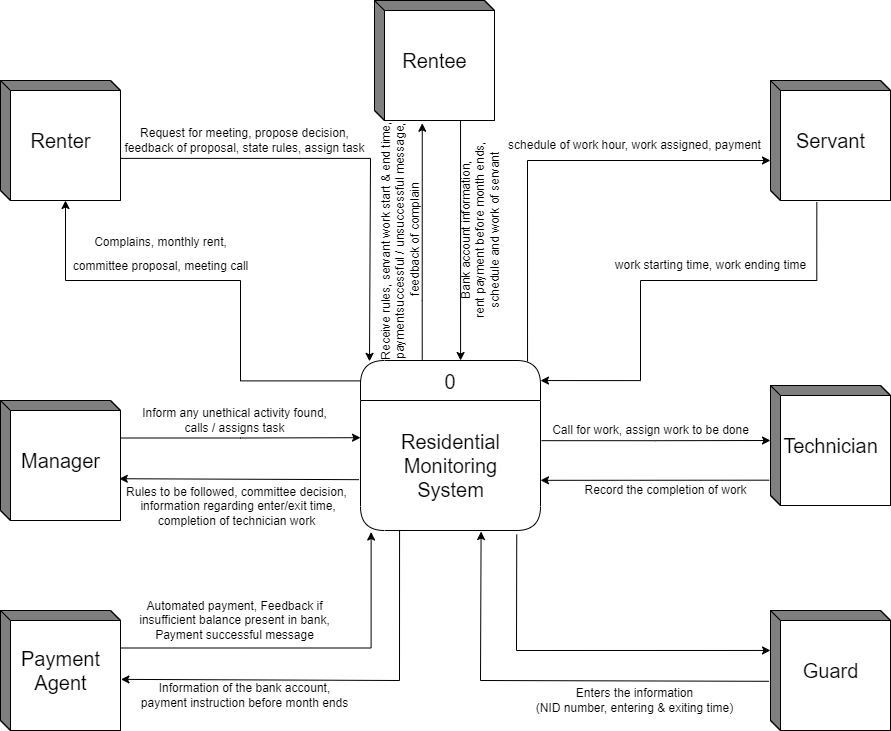
Before: DataFlowDiagramForAssignment1.png, a diagram exported from draw.io (toushifhossain1/CSE307-System-Analysis-and-Design-). Source tidied: cells renumbered, new cells last; positions are measured from the earlier drawing's top-left corner, leaving out a move shared by most shapes.
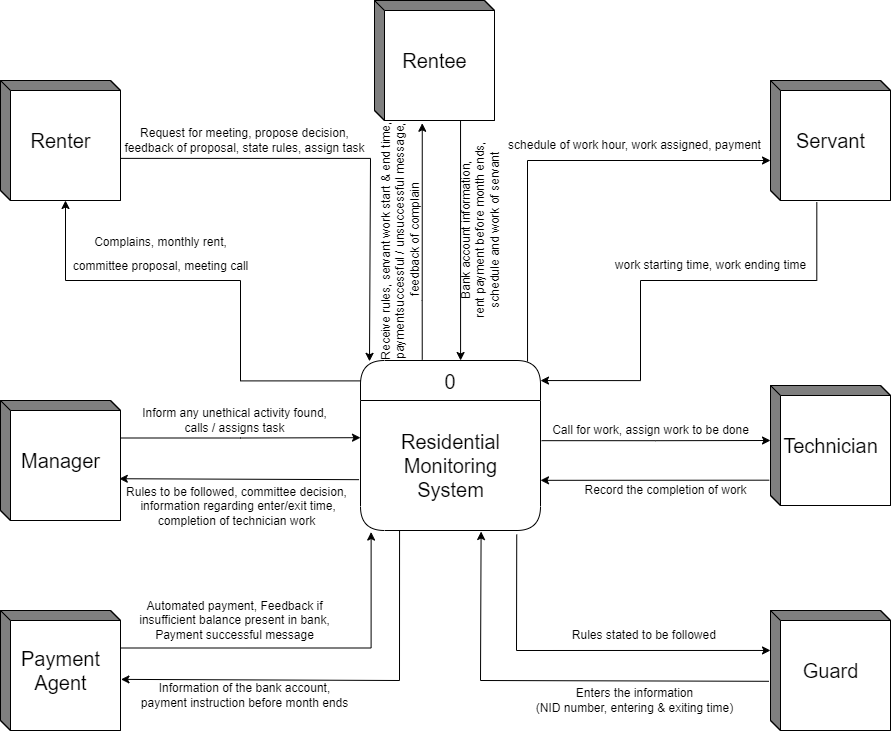
The same diagram one commit later.

Change to the diagram source:
```diff
@@ -149,5 +149,8 @@
     <mxCell id="37" value="Bank account information,&lt;br&gt;rent payment before month ends,&lt;br&gt;schedule and work of servant" style="text;html=1;align=center;verticalAlign=middle;strokeColor=none;fillColor=none;fontSize=12;rotation=-90;" parent="1" vertex="1">
       <mxGeometry x="380" y="200" width="200" height="60" as="geometry" />
     </mxCell>
+    <mxCell id="38" value="Rules stated to be followed&amp;nbsp;" style="text;html=1;align=center;verticalAlign=middle;strokeColor=none;fillColor=none;fontSize=12;" parent="1" vertex="1">
+      <mxGeometry x="560" y="620" width="170" height="30" as="geometry" />
+    </mxCell>
   </root>
 </mxGraphModel>
```
